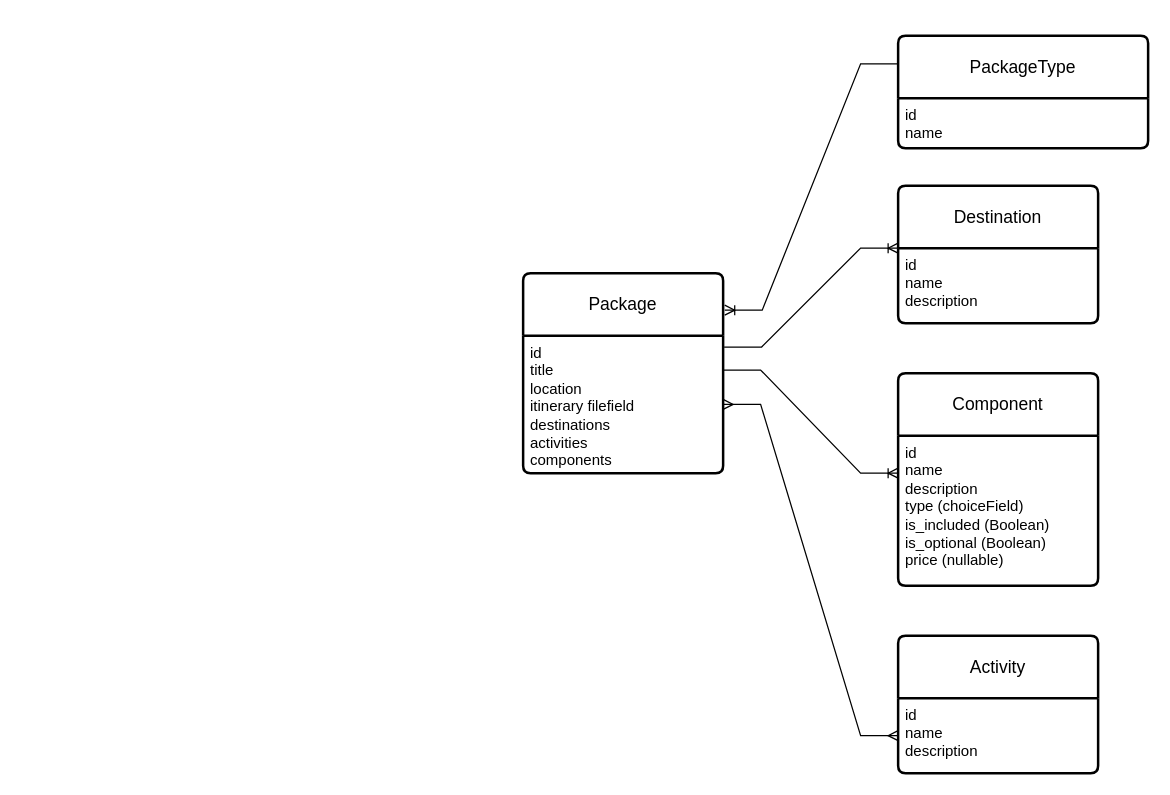
The draw.io diagram databaseDesign/alohadatabasedesign.drawio in stephallen/aloha, before the edit. Source tidied: cells renumbered, new cells numbered last; positions are measured from the earlier drawing's top-left corner, leaving out a move shared by most shapes. Both pictures are drawn from the tidied source at 125%, with x=0, y=0 at pixel (485, 35).
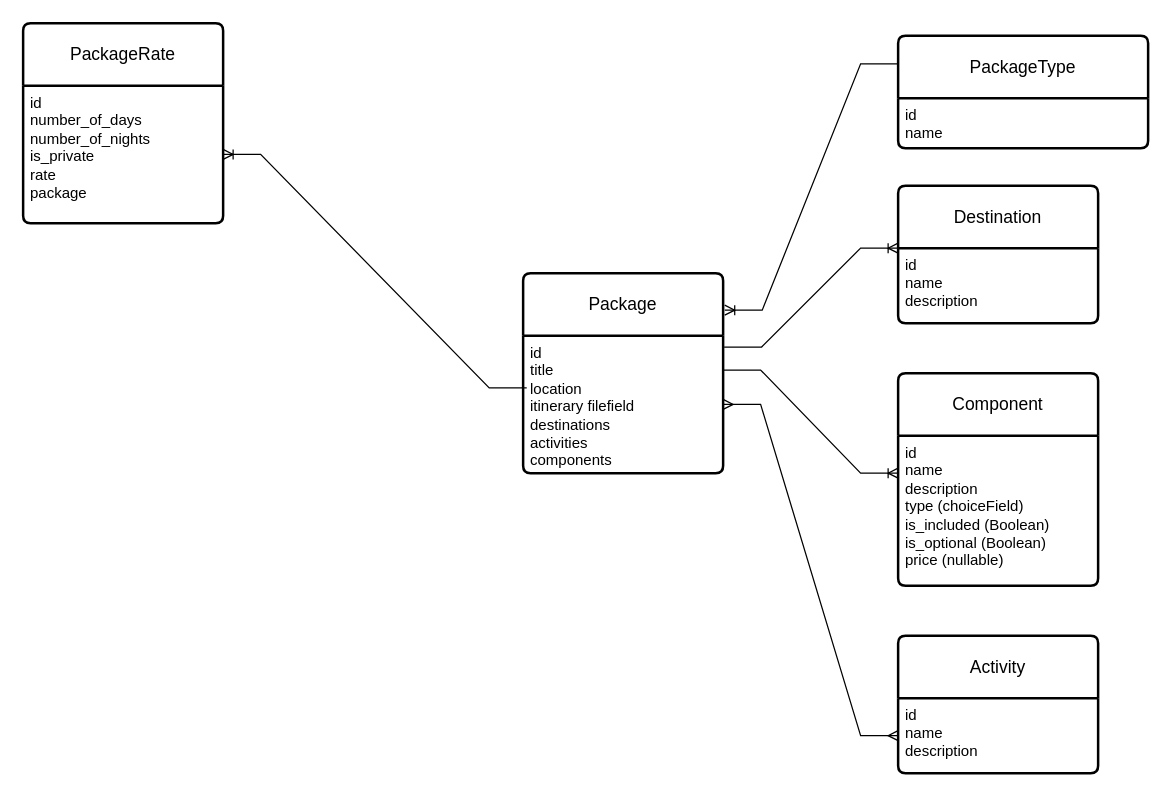
After the change.

Commit message:
Added package rate entity.

Unchanged cells that the change refers to:
```xml
<mxCell id="3" value="id&lt;br&gt;title&lt;br style=&quot;border-color: var(--border-color);&quot;&gt;location&lt;br style=&quot;border-color: var(--border-color);&quot;&gt;itinerary filefield&lt;br&gt;destinations&lt;br&gt;activities&lt;br&gt;components" style="align=left;strokeColor=none;fillColor=none;spacingLeft=4;fontSize=12;verticalAlign=top;html=1;" parent="2" vertex="1">
  <mxGeometry y="50" width="160" height="110" as="geometry" />
</mxCell>
```

Diff of the diagram source:
```diff
@@
+    <mxCell id="18" value="PackageRate" style="swimlane;horizontal=1;startSize=50;rounded=1;fontSize=14;fontStyle=0;strokeWidth=2;shadow=0;dashed=0;align=center;arcSize=4;whiteSpace=wrap;html=1;" parent="1" vertex="1">
+      <mxGeometry x="-370" y="-10" width="160" height="160" as="geometry" />
+    </mxCell>
+    <mxCell id="19" value="id&lt;br&gt;number_of_days&lt;br&gt;number_of_nights&lt;br&gt;is_private&lt;br&gt;rate&lt;br&gt;package" style="align=left;strokeColor=none;fillColor=none;spacingLeft=4;fontSize=12;verticalAlign=top;html=1;" parent="18" vertex="1">
+      <mxGeometry y="50" width="160" height="110" as="geometry" />
+    </mxCell>
+    <mxCell id="20" style="edgeStyle=entityRelationEdgeStyle;fontSize=12;html=1;endArrow=ERoneToMany;rounded=0;entryX=1;entryY=0.5;entryDx=0;entryDy=0;exitX=0.018;exitY=0.38;exitDx=0;exitDy=0;exitPerimeter=0;" parent="1" edge="1" source="3" target="19">
+      <mxGeometry relative="1" as="geometry" />
+    </mxCell>
```
